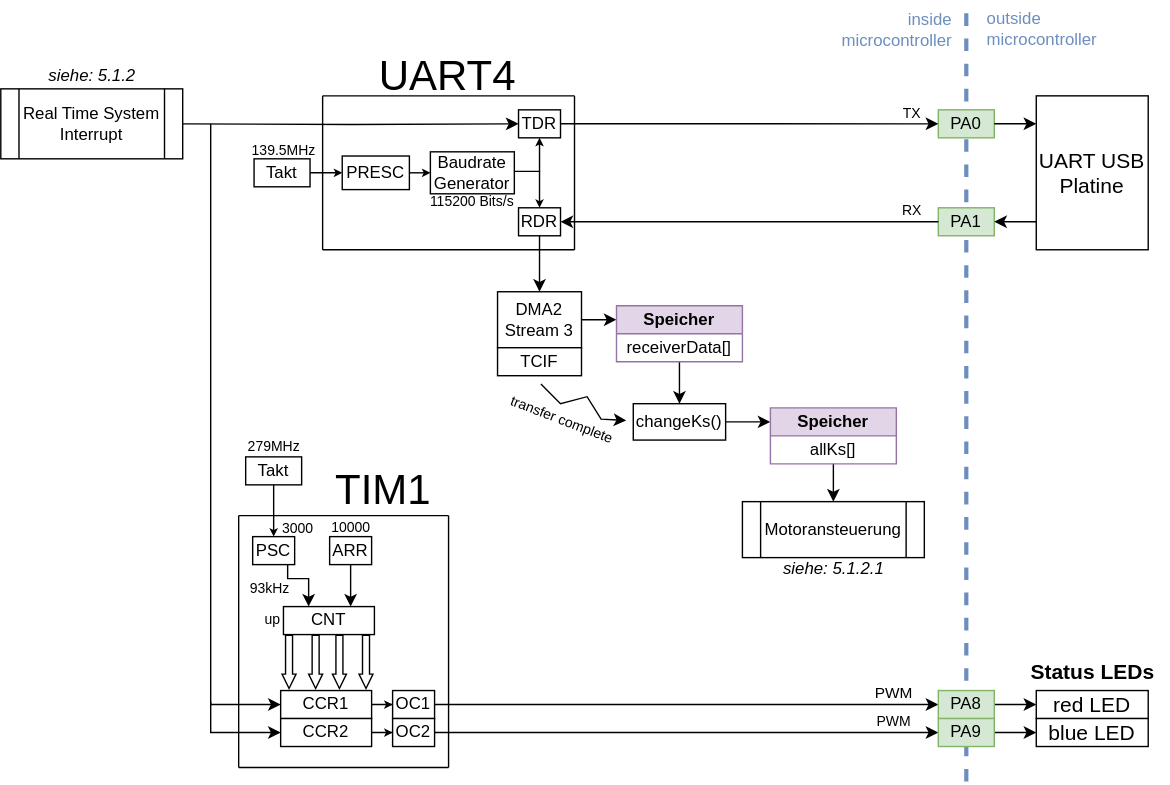
Earlier version of the draw.io export Dokumentation/Bilder/Softwarearchitektur/Softwarearchitektur-Terminal + Status.drawio.svg (FrogMoment/FPV_Drohne_202324). Source tidied: cells renumbered, new cells last; positions are measured from the earlier drawing's top-left corner, leaving out a move shared by most shapes.
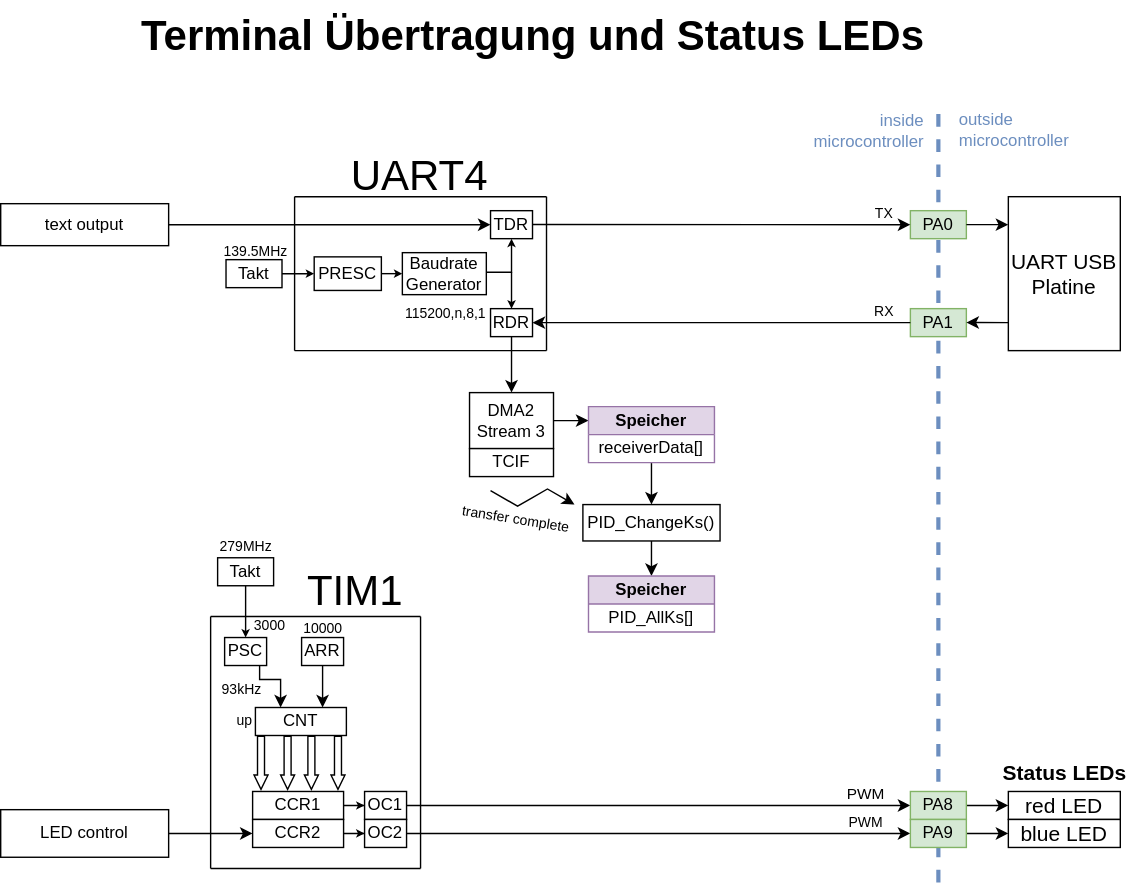
After the commit.

What changed in the source:
```diff
@@ -8,10 +8,8 @@
         <mxPoint x="690" y="8" as="targetPoint" />
       </mxGeometry>
     </mxCell>
-    <mxCell id="3" style="edgeStyle=orthogonalEdgeStyle;rounded=0;jettySize=auto;html=1;entryX=0;entryY=0.5;entryDx=0;entryDy=0;exitX=1;exitY=0.5;exitDx=0;exitDy=0;" parent="1" edge="1" target="6">
-      <mxGeometry relative="1" as="geometry">
-        <mxPoint x="130" y="88" as="sourcePoint" />
-      </mxGeometry>
+    <mxCell id="3" style="edgeStyle=orthogonalEdgeStyle;rounded=0;jettySize=auto;html=1;entryX=0;entryY=0.5;entryDx=0;entryDy=0;exitX=1;exitY=0.5;exitDx=0;exitDy=0;" parent="1" edge="1" source="91" target="6">
+      <mxGeometry relative="1" as="geometry" />
     </mxCell>
     <mxCell id="4" value="&lt;font style=&quot;font-size: 10px;&quot;&gt;TX&lt;/font&gt;" style="text;html=1;align=center;verticalAlign=middle;strokeColor=none;fillColor=none;" parent="1" vertex="1">
       <mxGeometry x="631" y="65" width="40" height="30" as="geometry" />
@@ -25,8 +23,8 @@
     <mxCell id="7" value="Baudrate Generator" style="rounded=0;whiteSpace=wrap;html=1;" parent="1" vertex="1">
       <mxGeometry x="307" y="108" width="60" height="30" as="geometry" />
     </mxCell>
-    <mxCell id="8" value="&lt;p style=&quot;line-height: 100%;&quot;&gt;&lt;/p&gt;&lt;div style=&quot;&quot;&gt;&lt;span style=&quot;font-size: 10px;&quot;&gt;115200 Bits/s&lt;/span&gt;&lt;/div&gt;&lt;p&gt;&lt;/p&gt;" style="text;html=1;align=right;verticalAlign=middle;strokeColor=none;fillColor=none;" parent="1" vertex="1">
-      <mxGeometry x="288" y="118" width="80" height="50" as="geometry" />
+    <mxCell id="8" value="&lt;p style=&quot;line-height: 100%;&quot;&gt;&lt;/p&gt;&lt;div style=&quot;&quot;&gt;&lt;span style=&quot;font-size: 10px;&quot;&gt;115200,n,8,1&lt;/span&gt;&lt;/div&gt;&lt;p&gt;&lt;/p&gt;" style="text;html=1;align=right;verticalAlign=middle;strokeColor=none;fillColor=none;" parent="1" vertex="1">
+      <mxGeometry x="288" y="126" width="80" height="50" as="geometry" />
     </mxCell>
     <mxCell id="9" style="edgeStyle=orthogonalEdgeStyle;rounded=0;jettySize=auto;html=1;entryX=0;entryY=0.5;entryDx=0;entryDy=0;endSize=3;" parent="1" edge="1" source="10" target="16">
       <mxGeometry relative="1" as="geometry" />
@@ -135,44 +133,24 @@
     <mxCell id="34" value="&lt;font style=&quot;font-size: 12px;&quot;&gt;receiverData[]&lt;/font&gt;" style="text;strokeColor=none;fillColor=none;align=center;verticalAlign=middle;spacingLeft=4;spacingRight=4;overflow=hidden;whiteSpace=wrap;html=1;" parent="33" vertex="1">
       <mxGeometry y="20" width="90" height="20" as="geometry" />
     </mxCell>
-    <mxCell id="35" style="edgeStyle=orthogonalEdgeStyle;rounded=0;jettySize=auto;html=1;entryX=0;entryY=0.25;entryDx=0;entryDy=0;" parent="1" edge="1" source="36" target="41">
+    <mxCell id="35" style="edgeStyle=orthogonalEdgeStyle;rounded=0;jettySize=auto;html=1;entryX=0.5;entryY=0;entryDx=0;entryDy=0;" parent="1" edge="1" source="36" target="41">
       <mxGeometry relative="1" as="geometry" />
     </mxCell>
-    <mxCell id="36" value="changeKs()" style="whiteSpace=wrap;html=1;" parent="1" vertex="1">
-      <mxGeometry x="452" y="288" width="66" height="26" as="geometry" />
+    <mxCell id="36" value="PID_ChangeKs()" style="whiteSpace=wrap;html=1;" parent="1" vertex="1">
+      <mxGeometry x="436" y="288" width="98" height="26" as="geometry" />
     </mxCell>
     <mxCell id="37" value="TCIF" style="whiteSpace=wrap;html=1;" parent="1" vertex="1">
       <mxGeometry x="355" y="248" width="60" height="20" as="geometry" />
     </mxCell>
-    <mxCell id="38" style="endArrow=classic;html=1;rounded=0;" parent="1" edge="1">
-      <mxGeometry relative="1" as="geometry">
-        <mxPoint x="386" y="274" as="sourcePoint" />
-        <mxPoint x="447" y="300" as="targetPoint" />
-        <Array as="points">
-          <mxPoint x="400" y="288" />
-          <mxPoint x="419" y="283" />
-          <mxPoint x="429" y="299" />
-        </Array>
-      </mxGeometry>
-    </mxCell>
-    <mxCell id="39" value="&lt;font style=&quot;font-size: 10px;&quot;&gt;transfer complete&lt;/font&gt;" style="text;html=1;align=center;verticalAlign=middle;strokeColor=none;fillColor=none;rotation=21;" parent="1" vertex="1">
-      <mxGeometry x="351" y="284" width="100" height="30" as="geometry" />
+    <mxCell id="39" value="&lt;font style=&quot;font-size: 10px;&quot;&gt;transfer complete&lt;/font&gt;" style="text;html=1;align=center;verticalAlign=middle;strokeColor=none;fillColor=none;rotation=9;" parent="1" vertex="1">
+      <mxGeometry x="338" y="283" width="100" height="30" as="geometry" />
     </mxCell>
-    <mxCell id="40" style="edgeStyle=orthogonalEdgeStyle;rounded=0;jettySize=auto;html=1;entryX=0.5;entryY=0;entryDx=0;entryDy=0;" parent="1" edge="1" source="41" target="43">
-      <mxGeometry relative="1" as="geometry" />
-    </mxCell>
     <mxCell id="41" value="&lt;b&gt;Speicher&lt;/b&gt;" style="swimlane;fontStyle=0;horizontal=1;startSize=20;whiteSpace=wrap;html=1;fillColor=#e1d5e7;strokeColor=#9673a6;" parent="1" vertex="1">
-      <mxGeometry x="550" y="291" width="90" height="40" as="geometry" />
+      <mxGeometry x="440" y="339" width="90" height="40" as="geometry" />
     </mxCell>
-    <mxCell id="42" value="&lt;font style=&quot;font-size: 12px;&quot;&gt;allKs[]&lt;/font&gt;" style="text;strokeColor=none;fillColor=none;align=center;verticalAlign=middle;spacingLeft=4;spacingRight=4;overflow=hidden;whiteSpace=wrap;html=1;" parent="41" vertex="1">
+    <mxCell id="42" value="&lt;font style=&quot;font-size: 12px;&quot;&gt;PID_AllKs[]&lt;/font&gt;" style="text;strokeColor=none;fillColor=none;align=center;verticalAlign=middle;spacingLeft=4;spacingRight=4;overflow=hidden;whiteSpace=wrap;html=1;" parent="41" vertex="1">
       <mxGeometry y="20" width="90" height="20" as="geometry" />
     </mxCell>
-    <mxCell id="43" value="Motoransteuerung" style="shape=process;whiteSpace=wrap;html=1;backgroundOutline=1;" parent="1" vertex="1">
-      <mxGeometry x="530" y="358" width="130" height="40" as="geometry" />
-    </mxCell>
-    <mxCell id="44" value="&lt;i&gt;siehe: 5.1.2.1&lt;/i&gt;" style="text;html=1;align=center;verticalAlign=middle;strokeColor=none;fillColor=none;" parent="1" vertex="1">
-      <mxGeometry x="545" y="391" width="100" height="30" as="geometry" />
-    </mxCell>
     <mxCell id="45" value="outside&lt;br style=&quot;border-color: var(--border-color);&quot;&gt;microcontroller" style="text;html=1;align=left;verticalAlign=middle;strokeColor=none;fillColor=none;fontColor=#6C8EBF;" parent="1" vertex="1">
       <mxGeometry x="703" width="100" height="40" as="geometry" />
     </mxCell>
@@ -201,7 +179,7 @@
       <mxGeometry x="235" y="383" width="30" height="20" as="geometry" />
     </mxCell>
     <mxCell id="54" value="&lt;font color=&quot;#000000&quot;&gt;3000&lt;/font&gt;" style="text;html=1;align=center;verticalAlign=middle;strokeColor=none;fillColor=none;fontSize=10;fontColor=#FFFF00;" parent="1" vertex="1">
-      <mxGeometry x="187" y="362" width="50" height="30" as="geometry" />
+      <mxGeometry x="187" y="359" width="50" height="30" as="geometry" />
     </mxCell>
     <mxCell id="55" value="up" style="text;html=1;align=center;verticalAlign=middle;strokeColor=none;fillColor=none;fontSize=10;" parent="1" vertex="1">
       <mxGeometry x="179" y="427" width="30" height="30" as="geometry" />
@@ -299,18 +277,8 @@
     <mxCell id="74" value="279MHz" style="text;html=1;align=center;verticalAlign=middle;strokeColor=none;fillColor=none;fontSize=10;" parent="1" vertex="1">
       <mxGeometry x="165" y="303" width="60" height="30" as="geometry" />
     </mxCell>
-    <mxCell id="75" style="endArrow=classic;html=1;rounded=0;" parent="1" edge="1">
-      <mxGeometry relative="1" as="geometry">
-        <mxPoint x="150" y="88" as="sourcePoint" />
-        <mxPoint x="200" y="503" as="targetPoint" />
-        <Array as="points">
-          <mxPoint x="150" y="503" />
-        </Array>
-      </mxGeometry>
-    </mxCell>
-    <mxCell id="76" style="endArrow=classic;html=1;rounded=0;" parent="1" edge="1">
+    <mxCell id="76" style="endArrow=classic;html=1;rounded=0;exitX=1;exitY=0.5;exitDx=0;exitDy=0;" parent="1" edge="1" source="92">
       <mxGeometry relative="1" as="geometry">
-        <mxPoint x="150" y="501" as="sourcePoint" />
         <mxPoint x="200" y="523" as="targetPoint" />
         <Array as="points">
           <mxPoint x="150" y="523" />
@@ -347,11 +315,20 @@
     <mxCell id="86" value="&lt;font style=&quot;font-size: 10px;&quot;&gt;PWM&lt;/font&gt;" style="text;html=1;align=center;verticalAlign=middle;strokeColor=none;fillColor=none;" parent="1" vertex="1">
       <mxGeometry x="613" y="500" width="50" height="30" as="geometry" />
     </mxCell>
-    <mxCell id="87" value="Real Time System&lt;br&gt;Interrupt" style="shape=process;whiteSpace=wrap;html=1;backgroundOutline=1;" parent="1" vertex="1">
-      <mxGeometry y="63" width="130" height="50" as="geometry" />
-    </mxCell>
-    <mxCell id="88" value="&lt;i&gt;siehe: 5.1.2&lt;/i&gt;" style="text;html=1;align=center;verticalAlign=middle;strokeColor=none;fillColor=none;" parent="1" vertex="1">
-      <mxGeometry x="20" y="39" width="90" height="30" as="geometry" />
-    </mxCell>
+    <mxCell id="89" value="&lt;b&gt;&lt;font style=&quot;font-size: 30px;&quot;&gt;Terminal Übertragung und Status LEDs&lt;/font&gt;&lt;/b&gt;" style="text;html=1;align=center;verticalAlign=middle;strokeColor=none;fillColor=none;" parent="1" vertex="1">
+      <mxGeometry x="110" y="-72" width="580" height="50" as="geometry" />
+    </mxCell>
+    <mxCell id="90" style="edgeStyle=isometricEdgeStyle;endArrow=classic;html=1;elbow=vertical;rounded=0;endFill=1;" parent="1" edge="1">
+      <mxGeometry relative="1" as="geometry">
+        <mxPoint x="370" y="278" as="sourcePoint" />
+        <mxPoint x="430" y="288" as="targetPoint" />
+      </mxGeometry>
+    </mxCell>
+    <mxCell id="91" value="text output" style="rounded=0;whiteSpace=wrap;html=1;" parent="1" vertex="1">
+      <mxGeometry x="20" y="73" width="120" height="30" as="geometry" />
+    </mxCell>
+    <mxCell id="92" value="LED control" style="rounded=0;whiteSpace=wrap;html=1;" parent="1" vertex="1">
+      <mxGeometry x="20" y="506" width="120" height="34" as="geometry" />
+    </mxCell>
   </root>
 </mxGraphModel>
```
